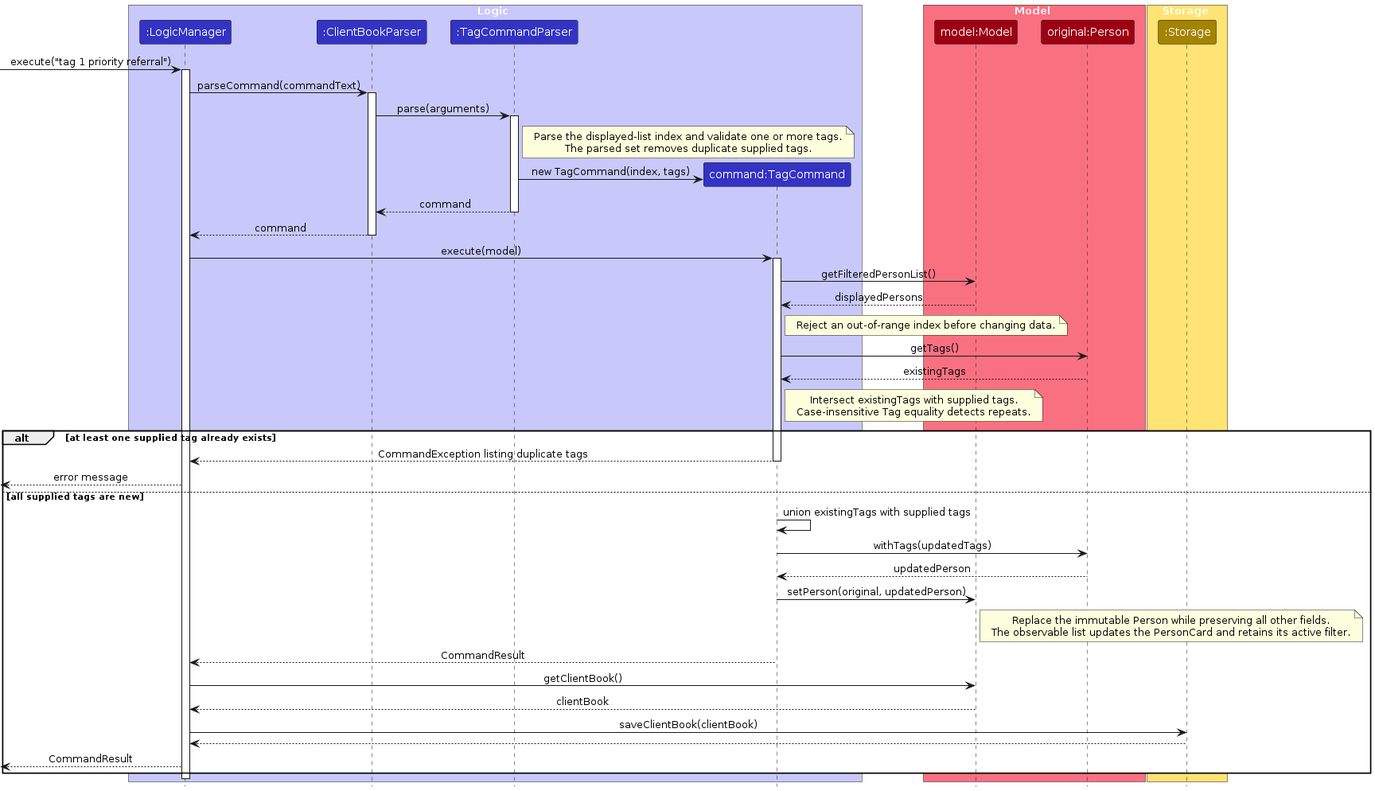
This is diagrams/TagSequenceDiagram.png from AY2627S1-CS2103T-F14a-4/tp, a PlantUML export, as it was before one commit. Its source is kept beside it as diagrams/TagSequenceDiagram.puml.
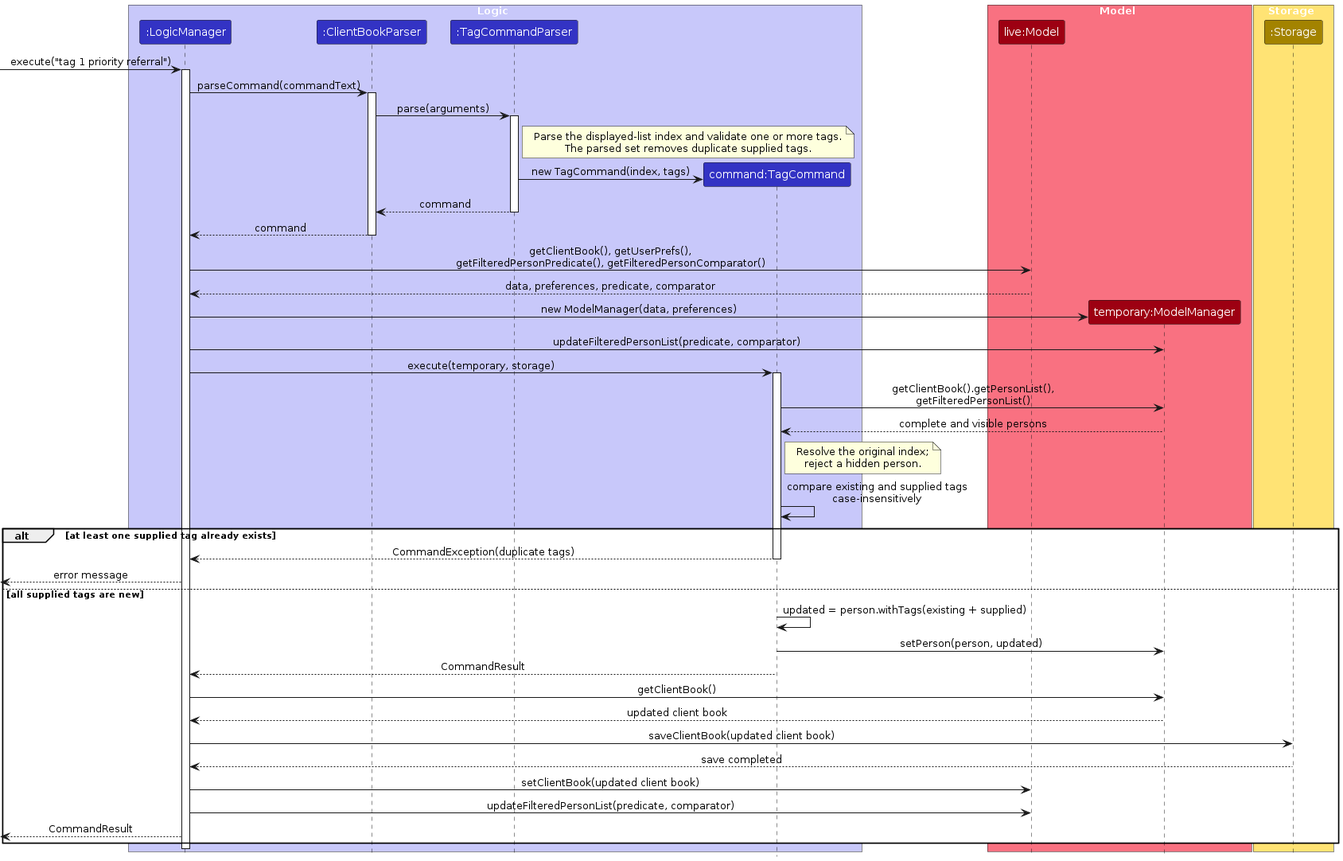
After the change.

The edit, as a diff of the source:
```diff
@@ -10,8 +10,8 @@
 end box
 
 box Model MODEL_COLOR_T1
-participant "model:Model" as Model MODEL_COLOR
-participant "original:Person" as Person MODEL_COLOR
+participant "live:Model" as Live MODEL_COLOR
+participant "temporary:ModelManager" as Temp MODEL_COLOR
 end box
 
 box Storage STORAGE_COLOR_T1
@@ -34,37 +34,33 @@
 deactivate TagParser
 Parser --> Logic : command
 deactivate Parser
-Logic -> Command : execute(model)
+Logic -> Live : getClientBook(), getUserPrefs(),\ngetFilteredPersonPredicate(), getFilteredPersonComparator()
+Live --> Logic : data, preferences, predicate, comparator
+create Temp
+Logic -> Temp : new ModelManager(data, preferences)
+Logic -> Temp : updateFilteredPersonList(predicate, comparator)
+Logic -> Command : execute(temporary, storage)
 activate Command
-Command -> Model : getFilteredPersonList()
-Model --> Command : displayedPersons
-note right of Command : Reject an out-of-range index before changing data.
-Command -> Person : getTags()
-Person --> Command : existingTags
-note right of Command
-Intersect existingTags with supplied tags.
-Case-insensitive Tag equality detects repeats.
-end note
+Command -> Temp : getClientBook().getPersonList(),\ngetFilteredPersonList()
+Temp --> Command : complete and visible persons
+note right of Command : Resolve the original index;\nreject a hidden person.
+Command -> Command : compare existing and supplied tags\ncase-insensitively
 alt at least one supplied tag already exists
-    Command --> Logic : CommandException listing duplicate tags
+    Command --> Logic : CommandException(duplicate tags)
     deactivate Command
     [<-- Logic : error message
 else all supplied tags are new
-Command -> Command : union existingTags with supplied tags
-Command -> Person : withTags(updatedTags)
-Person --> Command : updatedPerson
-Command -> Model : setPerson(original, updatedPerson)
-note right of Model
-Replace the immutable Person while preserving all other fields.
-The observable list updates the PersonCard and retains its active filter.
-end note
-Command --> Logic : CommandResult
-deactivate Command
-Logic -> Model : getClientBook()
-Model --> Logic : clientBook
-Logic -> Storage : saveClientBook(clientBook)
-Storage --> Logic
-[<-- Logic : CommandResult
+    Command -> Command : updated = person.withTags(existing + supplied)
+    Command -> Temp : setPerson(person, updated)
+    Command --> Logic : CommandResult
+    deactivate Command
+    Logic -> Temp : getClientBook()
+    Temp --> Logic : updated client book
+    Logic -> Storage : saveClientBook(updated client book)
+    Storage --> Logic : save completed
+    Logic -> Live : setClientBook(updated client book)
+    Logic -> Live : updateFilteredPersonList(predicate, comparator)
+    [<-- Logic : CommandResult
 end
 deactivate Logic
 @enduml
```
